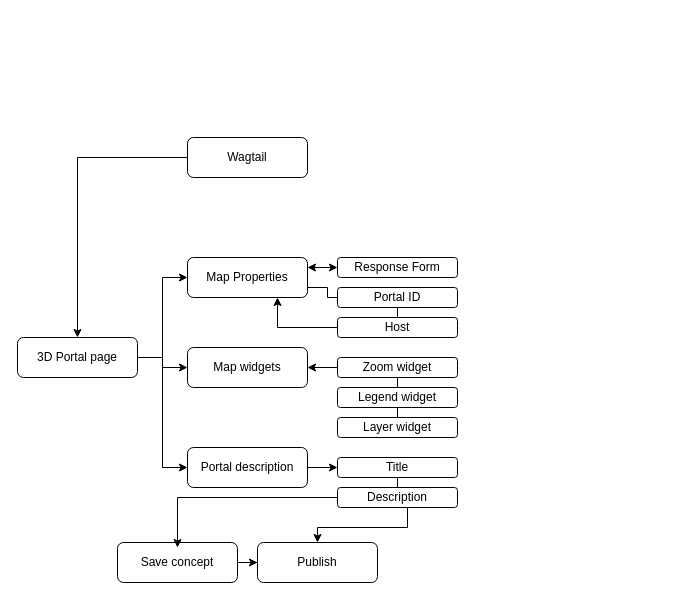
semnijenhuis/3D-ArcGisProject keeps this draw.io diagram as Concept/ActivityDiagram-user.drawio. Above is the earlier version. Source tidied: cells renumbered, new cells numbered last; positions are measured from the earlier drawing's top-left corner, leaving out a move shared by most shapes. Both pictures are drawn from the tidied source at 100%, with x=0, y=0 at pixel (17, 137).
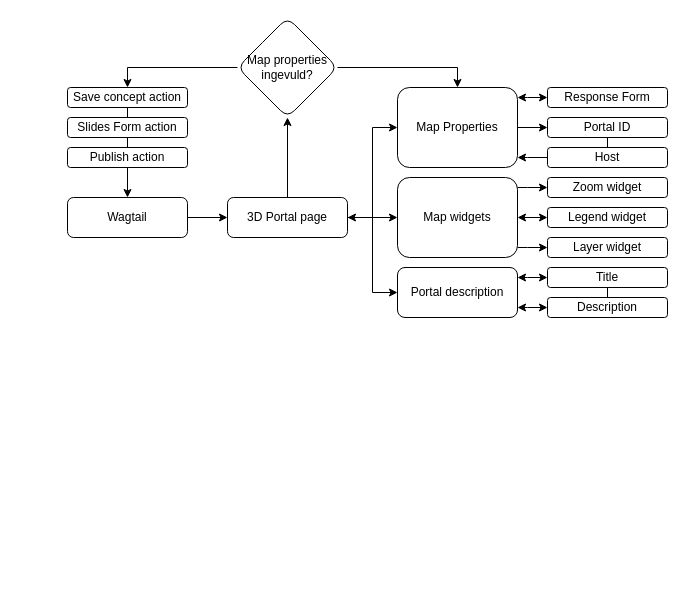
After the change.

The edit, as a diff of the source:
```diff
@@
-    <mxCell id="2" style="edgeStyle=orthogonalEdgeStyle;rounded=0;jettySize=auto;html=1;entryX=0.5;entryY=0;entryDx=0;entryDy=0;" parent="1" edge="1" source="3" target="7">
+    <mxCell id="2" style="edgeStyle=orthogonalEdgeStyle;rounded=0;jettySize=auto;html=1;entryX=0;entryY=0.5;entryDx=0;entryDy=0;" parent="1" edge="1" source="3" target="7">
       <mxGeometry relative="1" as="geometry" />
     </mxCell>
     <mxCell id="3" value="Wagtail" style="rounded=1;whiteSpace=wrap;html=1;fontSize=12;glass=0;strokeWidth=1;shadow=0;" parent="1" vertex="1">
-      <mxGeometry x="170" width="120" height="40" as="geometry" />
+      <mxGeometry x="50" y="60" width="120" height="40" as="geometry" />
     </mxCell>
@@
-    <mxCell id="6" style="edgeStyle=orthogonalEdgeStyle;rounded=0;jettySize=auto;html=1;entryX=0;entryY=0.5;entryDx=0;entryDy=0;" parent="1" edge="1" source="7" target="24">
+    <mxCell id="6" style="edgeStyle=orthogonalEdgeStyle;rounded=0;jettySize=auto;html=1;entryX=0;entryY=0.5;entryDx=0;entryDy=0;startArrow=classic;startFill=1;" parent="1" edge="1" source="7" target="24">
       <mxGeometry relative="1" as="geometry" />
     </mxCell>
+    <mxCell id="33" style="edgeStyle=orthogonalEdgeStyle;rounded=0;jettySize=auto;html=1;" parent="1" edge="1" source="7" target="43">
+      <mxGeometry relative="1" as="geometry" />
+    </mxCell>
     <mxCell id="7" value="3D Portal page" style="rounded=1;whiteSpace=wrap;html=1;fontSize=12;glass=0;strokeWidth=1;shadow=0;" parent="1" vertex="1">
-      <mxGeometry y="200" width="120" height="40" as="geometry" />
+      <mxGeometry x="210" y="60" width="120" height="40" as="geometry" />
     </mxCell>
+    <mxCell id="9" style="edgeStyle=orthogonalEdgeStyle;rounded=0;jettySize=auto;html=1;entryX=0;entryY=0.5;entryDx=0;entryDy=0;" parent="1" edge="1" source="10" target="14">
+      <mxGeometry relative="1" as="geometry" />
+    </mxCell>
-    <mxCell id="8" style="edgeStyle=orthogonalEdgeStyle;rounded=0;jettySize=auto;html=1;entryX=0;entryY=0.5;entryDx=0;entryDy=0;exitX=1;exitY=0.25;exitDx=0;exitDy=0;startArrow=classic;startFill=1;" parent="1" edge="1" source="10" target="17">
-      <mxGeometry relative="1" as="geometry" />
+    <mxCell id="8" style="edgeStyle=orthogonalEdgeStyle;rounded=0;jettySize=auto;html=1;entryX=0;entryY=0.5;entryDx=0;entryDy=0;startArrow=classic;startFill=1;" parent="1" edge="1" source="10" target="17">
+      <mxGeometry relative="1" as="geometry">
+        <Array as="points">
+          <mxPoint x="510" y="-40" />
+          <mxPoint x="510" y="-40" />
+        </Array>
+      </mxGeometry>
     </mxCell>
-    <mxCell id="9" style="edgeStyle=orthogonalEdgeStyle;rounded=0;jettySize=auto;html=1;exitX=1;exitY=0.75;exitDx=0;exitDy=0;startArrow=none;startFill=0;endArrow=none;endFill=0;" parent="1" edge="1" source="10" target="14">
-      <mxGeometry relative="1" as="geometry" />
-    </mxCell>
+    <mxCell id="34" style="edgeStyle=orthogonalEdgeStyle;rounded=0;jettySize=auto;html=1;entryX=0;entryY=0.5;entryDx=0;entryDy=0;endArrow=none;endFill=0;startArrow=classic;startFill=1;" parent="1" edge="1" source="10" target="16">
+      <mxGeometry relative="1" as="geometry">
+        <Array as="points">
+          <mxPoint x="510" y="20" />
+          <mxPoint x="510" y="20" />
+        </Array>
+      </mxGeometry>
+    </mxCell>
     <mxCell id="10" value="Map Properties" style="rounded=1;whiteSpace=wrap;html=1;fontSize=12;glass=0;strokeWidth=1;shadow=0;" parent="1" vertex="1">
-      <mxGeometry x="170" y="120" width="120" height="40" as="geometry" />
+      <mxGeometry x="380" y="-50" width="120" height="80" as="geometry" />
     </mxCell>
+    <mxCell id="35" style="edgeStyle=orthogonalEdgeStyle;rounded=0;jettySize=auto;html=1;entryX=0;entryY=0.5;entryDx=0;entryDy=0;startArrow=classic;startFill=1;" parent="1" edge="1" source="12" target="19">
+      <mxGeometry relative="1" as="geometry" />
+    </mxCell>
-    <mxCell id="11" style="edgeStyle=orthogonalEdgeStyle;rounded=0;jettySize=auto;html=1;entryX=0;entryY=0.5;entryDx=0;entryDy=0;endArrow=none;endFill=0;startArrow=classic;startFill=1;" parent="1" edge="1" source="12" target="21">
-      <mxGeometry relative="1" as="geometry" />
+    <mxCell id="11" style="edgeStyle=orthogonalEdgeStyle;rounded=0;jettySize=auto;html=1;entryX=0;entryY=0.5;entryDx=0;entryDy=0;" parent="1" edge="1" source="12" target="21">
+      <mxGeometry relative="1" as="geometry">
+        <Array as="points">
+          <mxPoint x="510" y="50" />
+          <mxPoint x="510" y="50" />
+        </Array>
+      </mxGeometry>
     </mxCell>
+    <mxCell id="36" style="edgeStyle=orthogonalEdgeStyle;rounded=0;jettySize=auto;html=1;entryX=0;entryY=0.5;entryDx=0;entryDy=0;" parent="1" edge="1" source="12" target="22">
+      <mxGeometry relative="1" as="geometry">
+        <Array as="points">
+          <mxPoint x="510" y="110" />
+          <mxPoint x="510" y="110" />
+        </Array>
+      </mxGeometry>
+    </mxCell>
     <mxCell id="12" value="Map widgets" style="rounded=1;whiteSpace=wrap;html=1;fontSize=12;glass=0;strokeWidth=1;shadow=0;" parent="1" vertex="1">
-      <mxGeometry x="170" y="210" width="120" height="40" as="geometry" />
+      <mxGeometry x="380" y="40" width="120" height="80" as="geometry" />
     </mxCell>
@@
     <mxCell id="14" value="Portal ID" style="rounded=1;whiteSpace=wrap;html=1;fontSize=12;glass=0;strokeWidth=1;shadow=0;" parent="1" vertex="1">
-      <mxGeometry x="320" y="150" width="120" height="20" as="geometry" />
+      <mxGeometry x="530" y="-20" width="120" height="20" as="geometry" />
     </mxCell>
-    <mxCell id="15" style="edgeStyle=orthogonalEdgeStyle;rounded=0;jettySize=auto;html=1;entryX=0.75;entryY=1;entryDx=0;entryDy=0;" parent="1" edge="1" source="16" target="10">
-      <mxGeometry relative="1" as="geometry" />
-    </mxCell>
     <mxCell id="16" value="Host" style="rounded=1;whiteSpace=wrap;html=1;fontSize=12;glass=0;strokeWidth=1;shadow=0;" parent="1" vertex="1">
-      <mxGeometry x="320" y="180" width="120" height="20" as="geometry" />
+      <mxGeometry x="530" y="10" width="120" height="20" as="geometry" />
     </mxCell>
     <mxCell id="17" value="Response Form" style="rounded=1;whiteSpace=wrap;html=1;fontSize=12;glass=0;strokeWidth=1;shadow=0;" parent="1" vertex="1">
-      <mxGeometry x="320" y="120" width="120" height="20" as="geometry" />
+      <mxGeometry x="530" y="-50" width="120" height="20" as="geometry" />
     </mxCell>
-    <mxCell id="18" style="edgeStyle=orthogonalEdgeStyle;rounded=0;jettySize=auto;html=1;endArrow=none;endFill=0;" parent="1" edge="1" source="19" target="22">
-      <mxGeometry relative="1" as="geometry" />
-    </mxCell>
     <mxCell id="19" value="Legend widget" style="rounded=1;whiteSpace=wrap;html=1;fontSize=12;glass=0;strokeWidth=1;shadow=0;" parent="1" vertex="1">
-      <mxGeometry x="320" y="250" width="120" height="20" as="geometry" />
+      <mxGeometry x="530" y="70" width="120" height="20" as="geometry" />
     </mxCell>
-    <mxCell id="20" style="edgeStyle=orthogonalEdgeStyle;rounded=0;jettySize=auto;html=1;entryX=0.5;entryY=0;entryDx=0;entryDy=0;endArrow=none;endFill=0;" parent="1" edge="1" source="21" target="19">
-      <mxGeometry relative="1" as="geometry">
-        <Array as="points">
-          <mxPoint x="380" y="250" />
-          <mxPoint x="380" y="250" />
-        </Array>
-      </mxGeometry>
-    </mxCell>
     <mxCell id="21" value="Zoom widget" style="rounded=1;whiteSpace=wrap;html=1;fontSize=12;glass=0;strokeWidth=1;shadow=0;" parent="1" vertex="1">
-      <mxGeometry x="320" y="220" width="120" height="20" as="geometry" />
+      <mxGeometry x="530" y="40" width="120" height="20" as="geometry" />
     </mxCell>
     <mxCell id="22" value="Layer widget" style="rounded=1;whiteSpace=wrap;html=1;fontSize=12;glass=0;strokeWidth=1;shadow=0;" parent="1" vertex="1">
-      <mxGeometry x="320" y="280" width="120" height="20" as="geometry" />
+      <mxGeometry x="530" y="100" width="120" height="20" as="geometry" />
     </mxCell>
-    <mxCell id="23" style="edgeStyle=orthogonalEdgeStyle;rounded=0;jettySize=auto;html=1;" parent="1" edge="1" source="24" target="29">
-      <mxGeometry relative="1" as="geometry" />
+    <mxCell id="23" style="edgeStyle=orthogonalEdgeStyle;rounded=0;jettySize=auto;html=1;entryX=0;entryY=0.5;entryDx=0;entryDy=0;startArrow=classic;startFill=1;" parent="1" edge="1" source="24" target="29">
+      <mxGeometry relative="1" as="geometry">
+        <Array as="points">
+          <mxPoint x="510" y="140" />
+          <mxPoint x="510" y="140" />
+        </Array>
+      </mxGeometry>
     </mxCell>
+    <mxCell id="37" style="edgeStyle=orthogonalEdgeStyle;rounded=0;jettySize=auto;html=1;entryX=0;entryY=0.5;entryDx=0;entryDy=0;startArrow=classic;startFill=1;" parent="1" edge="1" source="24" target="31">
+      <mxGeometry relative="1" as="geometry">
+        <Array as="points">
+          <mxPoint x="510" y="170" />
+          <mxPoint x="510" y="170" />
+        </Array>
+      </mxGeometry>
+    </mxCell>
     <mxCell id="24" value="Portal description" style="rounded=1;whiteSpace=wrap;html=1;fontSize=12;glass=0;strokeWidth=1;shadow=0;" parent="1" vertex="1">
-      <mxGeometry x="170" y="310" width="120" height="40" as="geometry" />
+      <mxGeometry x="380" y="130" width="120" height="50" as="geometry" />
     </mxCell>
-    <mxCell id="25" style="edgeStyle=orthogonalEdgeStyle;rounded=0;jettySize=auto;html=1;entryX=0;entryY=0.5;entryDx=0;entryDy=0;" parent="1" edge="1" source="26" target="27">
-      <mxGeometry relative="1" as="geometry" />
-    </mxCell>
+    <mxCell id="38" style="edgeStyle=orthogonalEdgeStyle;rounded=0;jettySize=auto;html=1;entryX=0.5;entryY=0;entryDx=0;entryDy=0;endArrow=none;endFill=0;" parent="1" edge="1" source="26" target="40">
+      <mxGeometry relative="1" as="geometry" />
+    </mxCell>
-    <mxCell id="26" value="Save concept" style="rounded=1;whiteSpace=wrap;html=1;fontSize=12;glass=0;strokeWidth=1;shadow=0;" parent="1" vertex="1">
-      <mxGeometry x="100" y="405" width="120" height="40" as="geometry" />
+    <mxCell id="26" value="Save concept action" style="rounded=1;whiteSpace=wrap;html=1;fontSize=12;glass=0;strokeWidth=1;shadow=0;" parent="1" vertex="1">
+      <mxGeometry x="50" y="-50" width="120" height="20" as="geometry" />
     </mxCell>
-    <mxCell id="27" value="Publish" style="rounded=1;whiteSpace=wrap;html=1;fontSize=12;glass=0;strokeWidth=1;shadow=0;" parent="1" vertex="1">
-      <mxGeometry x="240" y="405" width="120" height="40" as="geometry" />
-    </mxCell>
@@
     <mxCell id="29" value="Title" style="rounded=1;whiteSpace=wrap;html=1;fontSize=12;glass=0;strokeWidth=1;shadow=0;" parent="1" vertex="1">
-      <mxGeometry x="320" y="320" width="120" height="20" as="geometry" />
+      <mxGeometry x="530" y="130" width="120" height="20" as="geometry" />
     </mxCell>
-    <mxCell id="30" style="edgeStyle=orthogonalEdgeStyle;rounded=0;jettySize=auto;html=1;" parent="1" edge="1" source="31" target="27">
-      <mxGeometry relative="1" as="geometry">
-        <Array as="points">
-          <mxPoint x="390" y="390" />
-          <mxPoint x="300" y="390" />
-        </Array>
-      </mxGeometry>
-    </mxCell>
     <mxCell id="31" value="Description" style="rounded=1;whiteSpace=wrap;html=1;fontSize=12;glass=0;strokeWidth=1;shadow=0;" parent="1" vertex="1">
-      <mxGeometry x="320" y="350" width="120" height="20" as="geometry" />
+      <mxGeometry x="530" y="160" width="120" height="20" as="geometry" />
     </mxCell>
-    <mxCell id="32" style="edgeStyle=orthogonalEdgeStyle;rounded=0;jettySize=auto;html=1;entryX=0.5;entryY=0.125;entryDx=0;entryDy=0;entryPerimeter=0;" parent="1" edge="1" source="31" target="26">
-      <mxGeometry relative="1" as="geometry" />
-    </mxCell>
+    <mxCell id="39" style="edgeStyle=orthogonalEdgeStyle;rounded=0;jettySize=auto;html=1;entryX=0.5;entryY=0;entryDx=0;entryDy=0;endArrow=none;endFill=0;" parent="1" edge="1" source="40" target="45">
+      <mxGeometry relative="1" as="geometry" />
+    </mxCell>
+    <mxCell id="40" value="Slides Form action" style="rounded=1;whiteSpace=wrap;html=1;fontSize=12;glass=0;strokeWidth=1;shadow=0;" parent="1" vertex="1">
+      <mxGeometry x="50" y="-20" width="120" height="20" as="geometry" />
+    </mxCell>
+    <mxCell id="41" style="edgeStyle=orthogonalEdgeStyle;rounded=0;jettySize=auto;html=1;entryX=0.5;entryY=0;entryDx=0;entryDy=0;" parent="1" edge="1" source="43" target="26">
+      <mxGeometry relative="1" as="geometry">
+        <Array as="points">
+          <mxPoint x="110" y="-70" />
+        </Array>
+      </mxGeometry>
+    </mxCell>
+    <mxCell id="42" style="edgeStyle=orthogonalEdgeStyle;rounded=0;jettySize=auto;html=1;entryX=0.5;entryY=0;entryDx=0;entryDy=0;" parent="1" edge="1" source="43" target="10">
+      <mxGeometry relative="1" as="geometry">
+        <Array as="points">
+          <mxPoint x="440" y="-70" />
+        </Array>
+      </mxGeometry>
+    </mxCell>
+    <mxCell id="43" value="Map properties ingevuld?" style="rhombus;whiteSpace=wrap;html=1;rounded=1;glass=0;strokeWidth=1;shadow=0;" parent="1" vertex="1">
+      <mxGeometry x="220" y="-120" width="100" height="100" as="geometry" />
+    </mxCell>
+    <mxCell id="44" style="edgeStyle=orthogonalEdgeStyle;rounded=0;jettySize=auto;html=1;entryX=0.5;entryY=0;entryDx=0;entryDy=0;" parent="1" edge="1" source="45" target="3">
+      <mxGeometry relative="1" as="geometry" />
+    </mxCell>
+    <mxCell id="45" value="Publish action" style="rounded=1;whiteSpace=wrap;html=1;fontSize=12;glass=0;strokeWidth=1;shadow=0;" parent="1" vertex="1">
+      <mxGeometry x="50" y="10" width="120" height="20" as="geometry" />
+    </mxCell>
```
